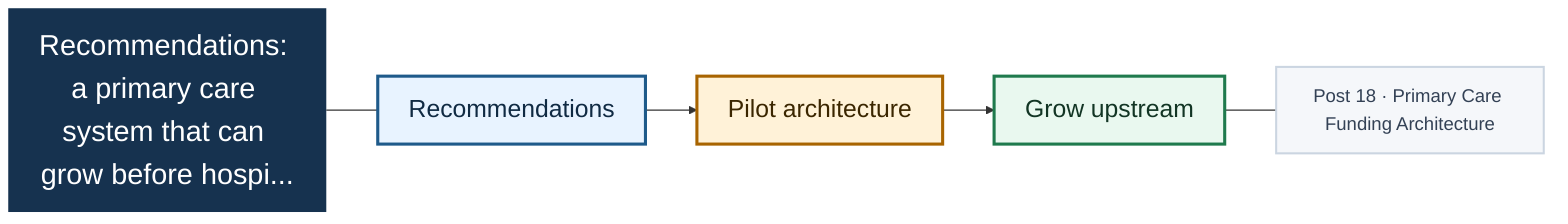
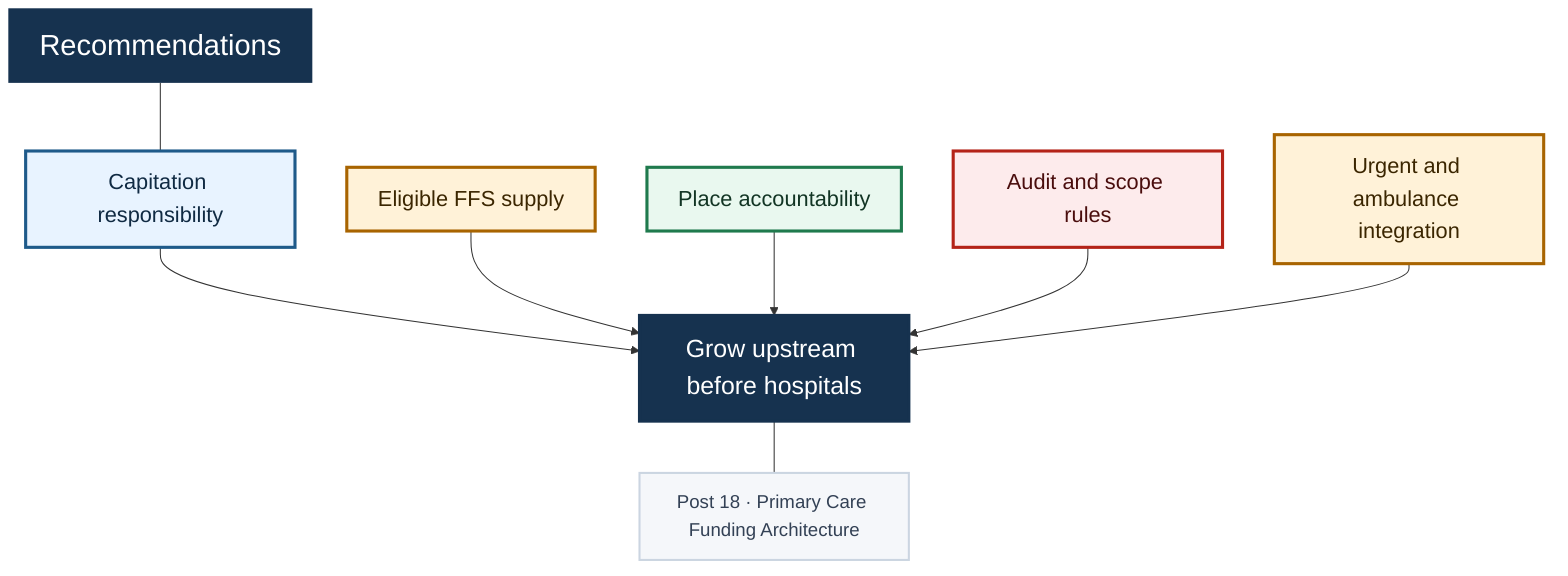
- flowchart LR
+ flowchart TB
  classDef title fill:#16324F,stroke:#16324F,stroke-width:0px,color:#FFFFFF,font-size:28px;
-   classDef step1 fill:#E8F3FF,stroke:#1E5A8A,stroke-width:3px,color:#102A43,font-size:24px;
-   classDef step2 fill:#FFF2D8,stroke:#A86400,stroke-width:3px,color:#3B2600,font-size:24px;
-   classDef step3 fill:#E9F8EF,stroke:#1F7A4D,stroke-width:3px,color:#123524,font-size:24px;
+   classDef base fill:#E8F3FF,stroke:#1E5A8A,stroke-width:3px,color:#102A43,font-size:21px;
+   classDef growth fill:#FFF2D8,stroke:#A86400,stroke-width:3px,color:#3B2600,font-size:21px;
+   classDef equity fill:#E9F8EF,stroke:#1F7A4D,stroke-width:3px,color:#123524,font-size:21px;
+   classDef control fill:#FDEBEC,stroke:#B42318,stroke-width:3px,color:#4A0D0D,font-size:21px;
+   classDef result fill:#16324F,stroke:#16324F,stroke-width:3px,color:#FFFFFF,font-size:24px;
  classDef footer fill:#F5F7FA,stroke:#CBD5E1,stroke-width:2px,color:#334155,font-size:18px;

-   T["Recommendations: a primary care system that can grow before hospi..."]:::title
-   A["Recommendations"]:::step1 --> B["Pilot architecture"]:::step2 --> C["Grow upstream"]:::step3
-   F["Post 18 · Primary Care Funding Architecture"]:::footer
+   T["Recommendations"]:::title
+   A["Capitation responsibility"]:::base --> F["Grow upstream before hospitals"]:::result
+   B["Eligible FFS supply"]:::growth --> F
+   C["Place accountability"]:::equity --> F
+   D["Audit and scope rules"]:::control --> F
+   E["Urgent and ambulance integration"]:::growth --> F
+   H["Post 18 · Primary Care Funding Architecture"]:::footer
  T --- A
-   C --- F
+   F --- H
